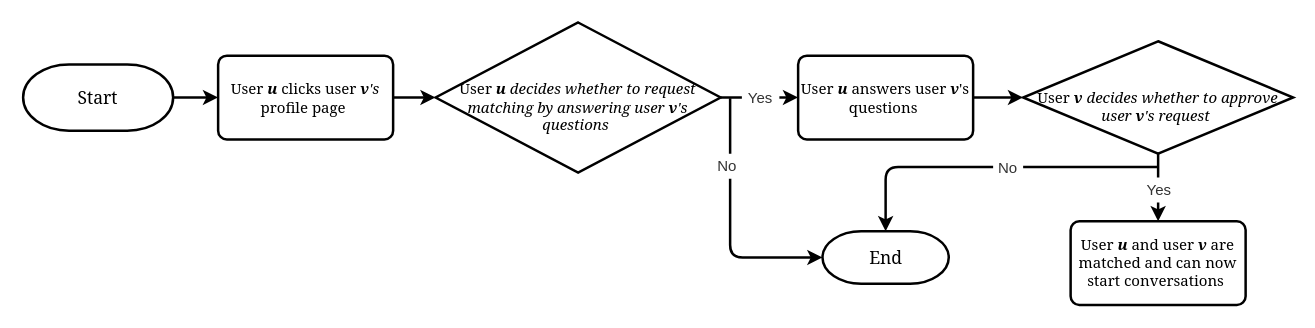
yilihong/draw.io keeps this draw.io diagram as Summer Matching Process.drawio. Above is the earlier version. Source tidied: cells renumbered, new cells numbered last; positions are measured from the earlier drawing's top-left corner, leaving out a move shared by most shapes. Both pictures are drawn from the tidied source at 125%, with x=0, y=0 at pixel (22, 22).
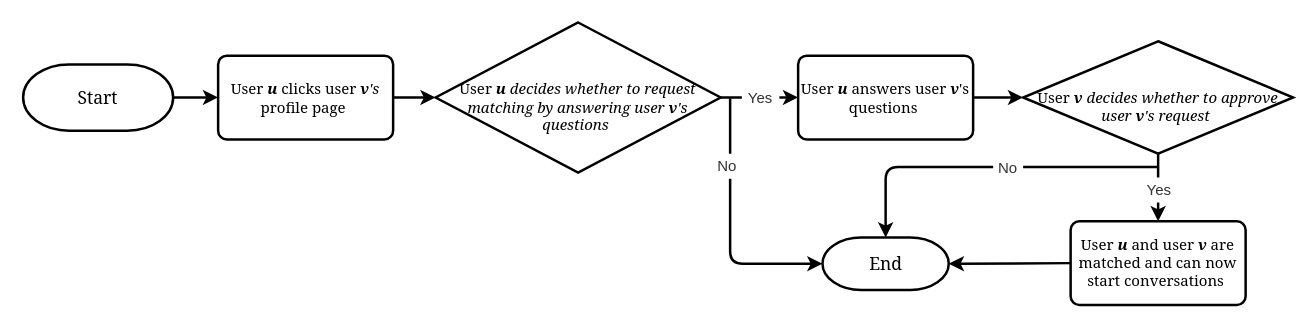
After the change.

Unchanged cells that the change refers to:
```xml
<mxCell id="18" value="&lt;span style=&quot;font-family: &amp;#34;georgia&amp;#34;&quot;&gt;User&amp;nbsp;&lt;/span&gt;&lt;i style=&quot;font-family: &amp;#34;georgia&amp;#34;&quot;&gt;&lt;b&gt;u&lt;/b&gt;&lt;/i&gt;&lt;span style=&quot;font-family: &amp;#34;georgia&amp;#34;&quot;&gt;&amp;nbsp;and user &lt;b style=&quot;font-style: italic&quot;&gt;v &lt;/b&gt;are matched and&amp;nbsp;can now start conversations&amp;nbsp;&lt;/span&gt;" style="rounded=1;whiteSpace=wrap;html=1;absoluteArcSize=1;arcSize=14;strokeWidth=2;" parent="1" vertex="1">
  <mxGeometry x="838" y="158.5" width="140" height="67" as="geometry" />
</mxCell>
```

What changed in the source:
```diff
@@
     <mxCell id="7" value="&lt;font style=&quot;font-size: 14px&quot; face=&quot;Georgia&quot;&gt;End&lt;/font&gt;" style="strokeWidth=2;html=1;shape=mxgraph.flowchart.terminator;whiteSpace=wrap;" parent="1" vertex="1">
-      <mxGeometry x="639.5" y="166.5" width="101" height="42" as="geometry" />
+      <mxGeometry x="639.5" y="171.5" width="101" height="42" as="geometry" />
     </mxCell>
     <mxCell id="8" style="edgeStyle=segmentEdgeStyle;endArrow=classic;html=1;strokeWidth=2;exitX=1;exitY=0.5;exitDx=0;exitDy=0;exitPerimeter=0;entryX=0;entryY=0.5;entryDx=0;entryDy=0;entryPerimeter=0;" parent="1" edge="1" target="7">
       <mxGeometry relative="1" as="geometry">
         <mxPoint x="565.6" y="60" as="sourcePoint" />
         <Array as="points">
-          <mxPoint x="566" y="187" />
+          <mxPoint x="566" y="193" />
         </Array>
       </mxGeometry>
     </mxCell>
@@
+    <mxCell id="20" style="endArrow=classic;html=1;strokeWidth=2;entryX=1;entryY=0.5;entryDx=0;entryDy=0;entryPerimeter=0;exitX=0;exitY=0.5;exitDx=0;exitDy=0;" parent="1" edge="1" source="18" target="7">
+      <mxGeometry relative="1" as="geometry" />
+    </mxCell>
```
